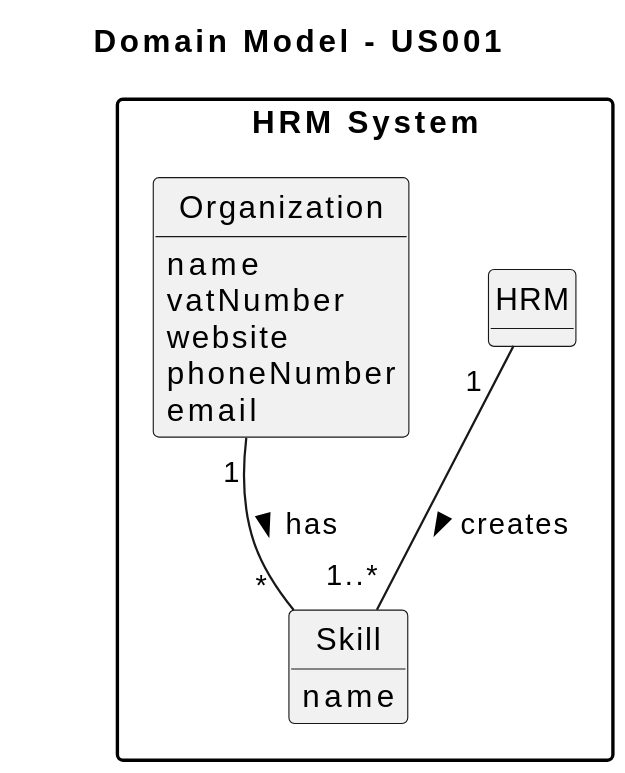
SAEmanuel/Green_Spaces_Management_ISEP keeps this PlantUML diagram as docs/sprintB/us001/02.analysis/svg/us001-domain-model.svg. Above is the earlier version.
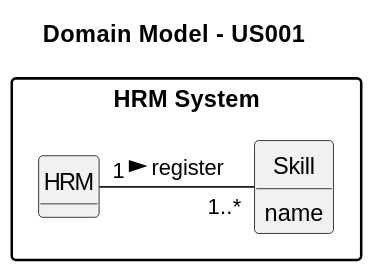
After the commit.

The edit, as a diff of the source:
```diff
@@ -18,15 +18,7 @@
         name
     }
 
-    class Organization {
-        name
-        vatNumber
-        website
-        phoneNumber
-        email
-    }
+    HRM "1  " - "1..*" Skill : register >
 
-    HRM "1  " -- "1..*" Skill : creates >
-    Organization "1" -- "                           *" Skill : has >
 }
 @enduml
```
